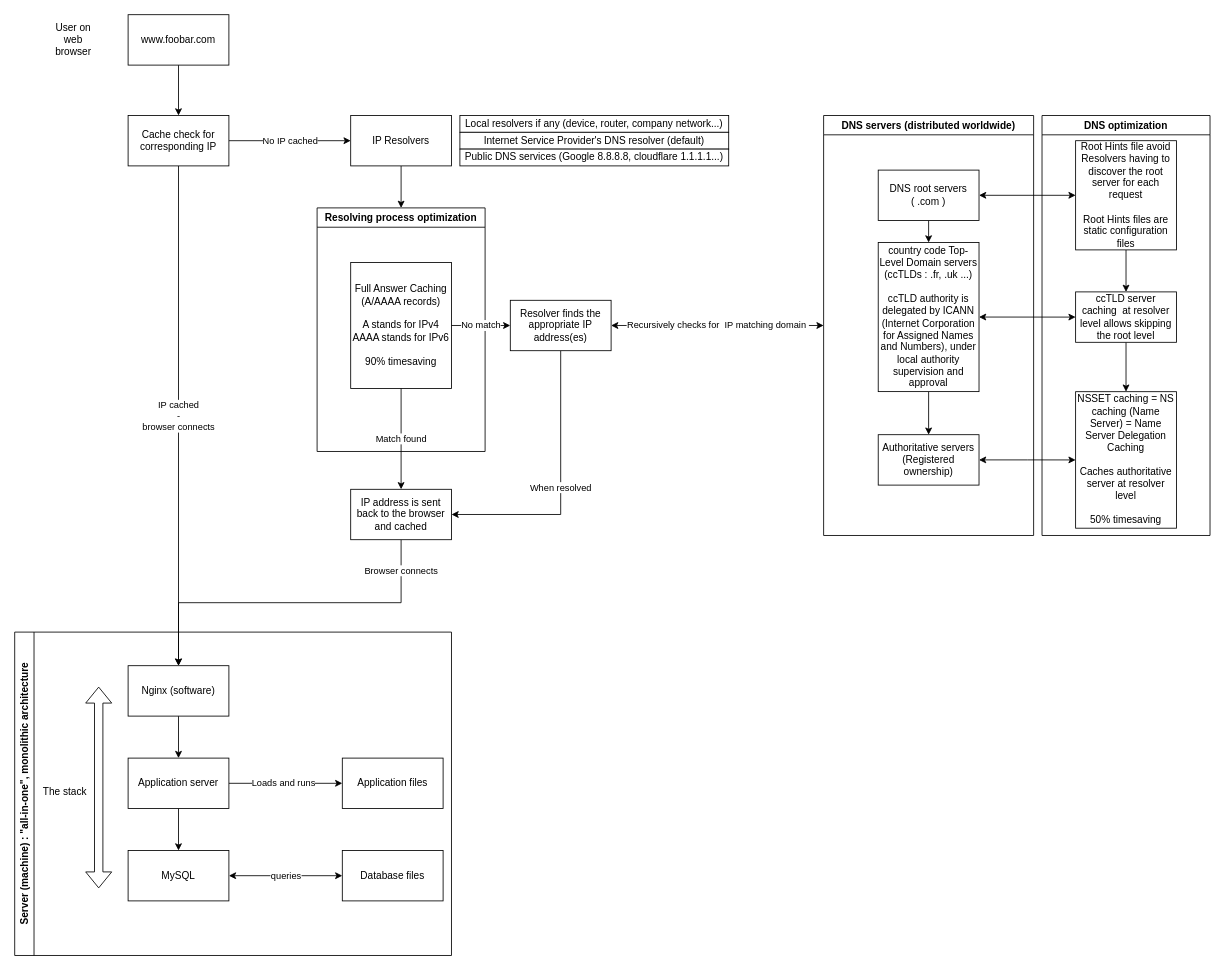
Above: web_infrastructure_design/0-simple_web_stack.drawio in jmitchell35/holbertonschool-system_engineering-devops (draw.io), before the change. Source tidied: cells renumbered, new cells numbered last; positions are measured from the earlier drawing's top-left corner, leaving out a move shared by most shapes. Both pictures are drawn from the tidied source at 84%, with x=0, y=0 at pixel (14, 14).
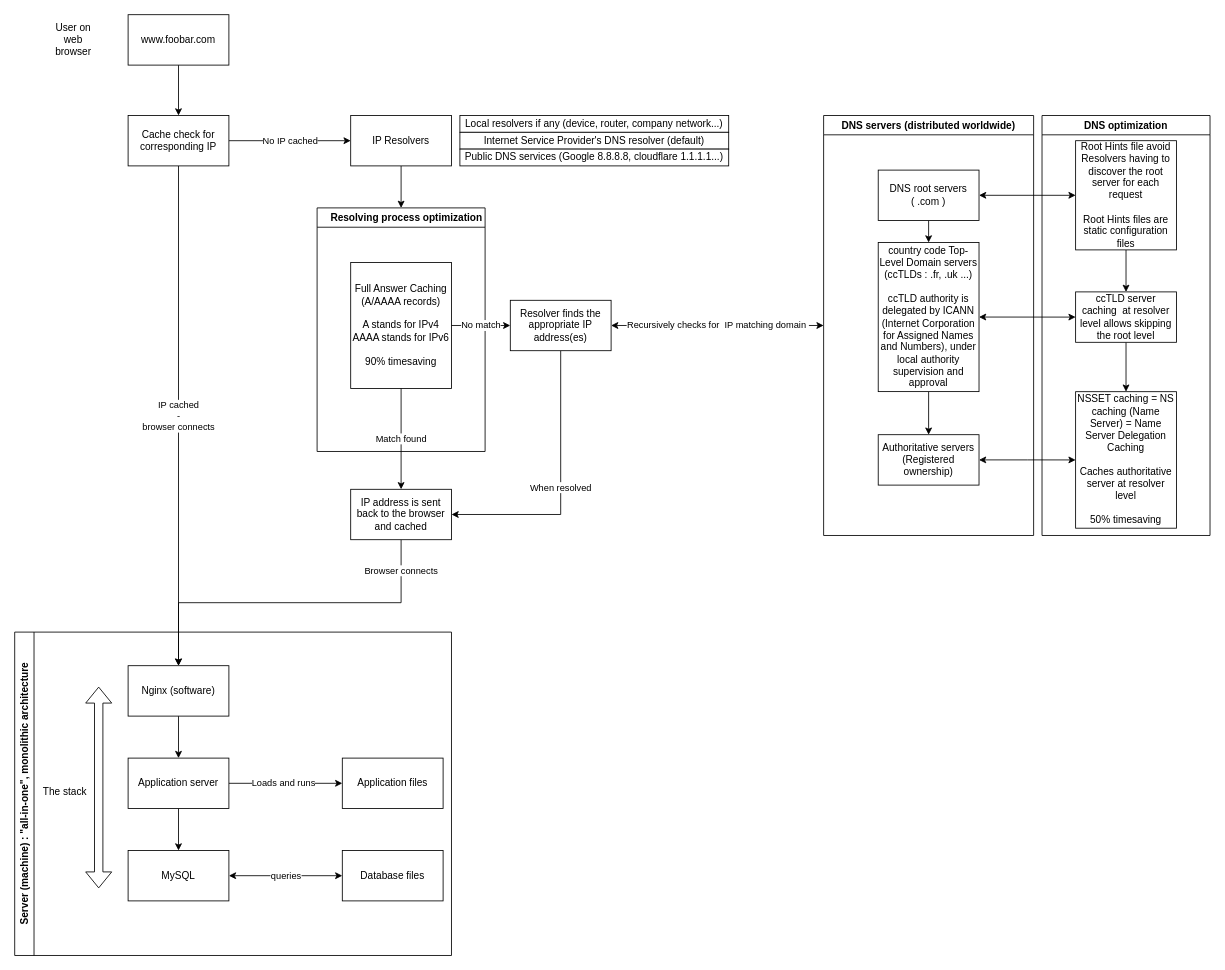
The same page after the edit.

Commit message:
Updated Resolving process optimization container labelling for readability

What changed in the source:
```diff
@@
-    <mxCell id="44" value="Resolving process optimization" style="swimlane;whiteSpace=wrap;html=1;" parent="1" vertex="1">
+    <mxCell id="44" value="&amp;nbsp; &amp;nbsp; Resolving process optimization" style="swimlane;whiteSpace=wrap;html=1;" parent="1" vertex="1">
       <mxGeometry x="360" y="230" width="200" height="290" as="geometry" />
     </mxCell>
```
